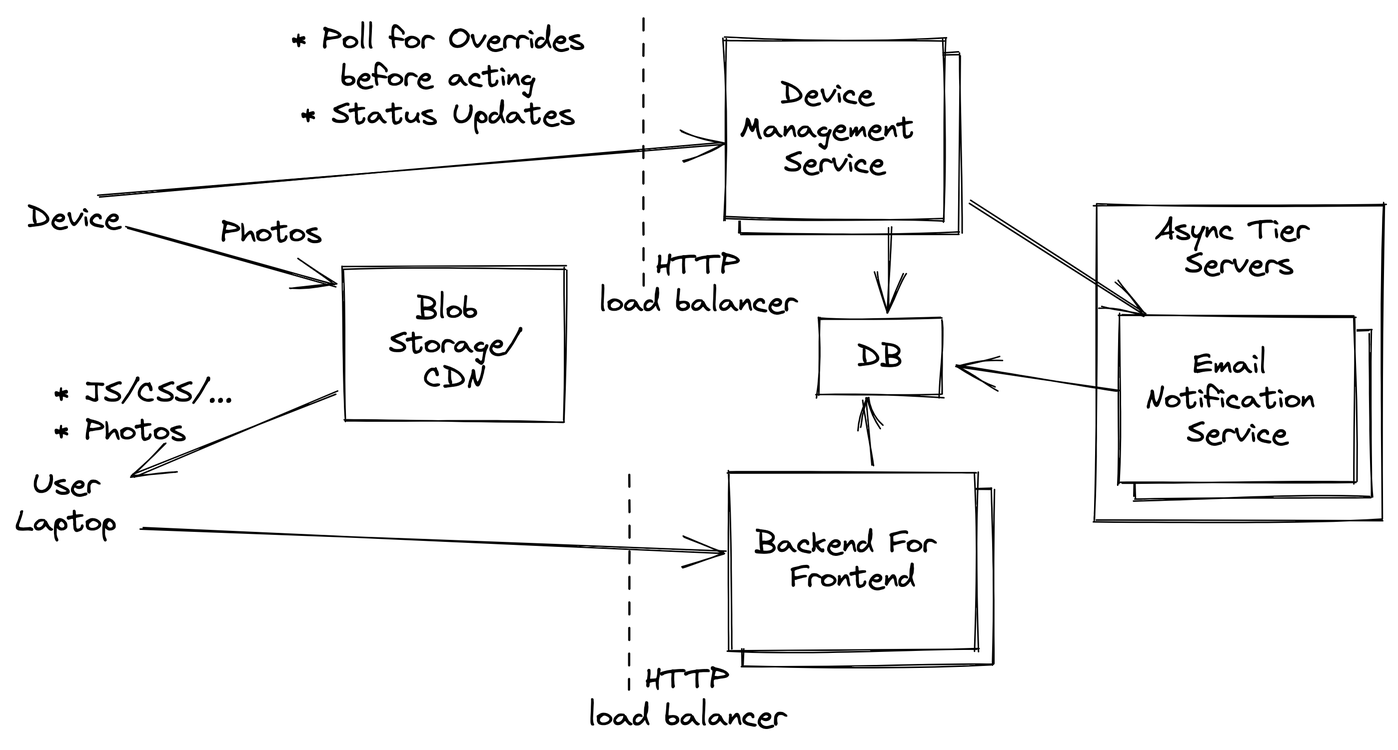
Above: server-infrastructure.excalidraw.png in alsuren/interview-2022-10-31 (Excalidraw), before the change. Source tidied: one line per element, renumbered; positions are measured from the earlier drawing's top-left corner, leaving out a move shared by most shapes.
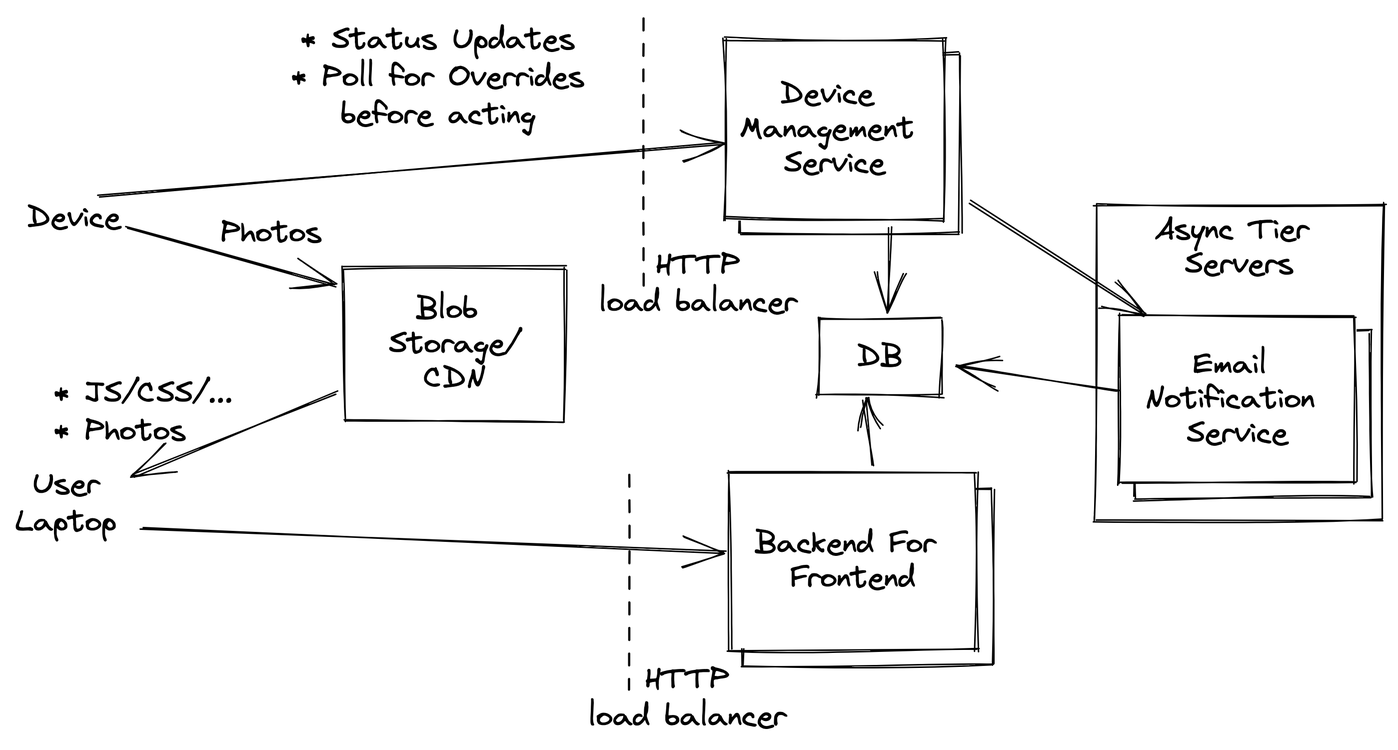
The same diagram one commit later.

The edit, as a diff of the source:
```diff
@@ -31,5 +31,5 @@
 {"id": 30, "type": "arrow", "strokeColor": "#000000", "strokeWidth": 1, "roughness": 1, "endArrowhead": "arrow", "from": 15, "to": 28, "x": 583, "y": 141, "width": 0, "height": 56, "points": [[0, 0], [0, 56]]}
 {"id": 31, "type": "arrow", "strokeColor": "#000000", "strokeWidth": 1, "roughness": 1, "endArrowhead": "arrow", "from": 17, "to": 28, "x": 572, "y": 299, "width": 6, "height": 43, "points": [[0, 0], [-6, -43]]}
 {"id": 32, "type": "arrow", "strokeColor": "#000000", "strokeWidth": 1, "roughness": 1, "endArrowhead": "arrow", "from": 15, "to": 2, "x": 636, "y": 125, "width": 117, "height": 75, "points": [[0, 0], [117, 75]]}
-{"id": 33, "type": "text", "text": "* Poll for Overrides\nbefore acting\n* Status Updates", "strokeColor": "#000000", "strokeWidth": 1, "roughness": 1, "fontSize": 20, "fontFamily": 1, "textAlign": "center", "x": 185, "y": 4, "width": 195, "height": 75}
+{"id": 33, "type": "text", "text": "* Status Updates\n* Poll for Overrides\nbefore acting", "strokeColor": "#000000", "strokeWidth": 1, "roughness": 1, "fontSize": 20, "fontFamily": 1, "textAlign": "center", "x": 185, "y": 4, "width": 195, "height": 75}
 {"id": 34, "type": "arrow", "strokeColor": "#000000", "backgroundColor": "#fff", "fillStyle": "solid", "strokeWidth": 1, "roughness": 1, "endArrowhead": "arrow", "from": 2, "to": 28, "x": 735, "y": 250, "width": 109, "height": 15, "points": [[0, 0], [-109, -15]]}
```
